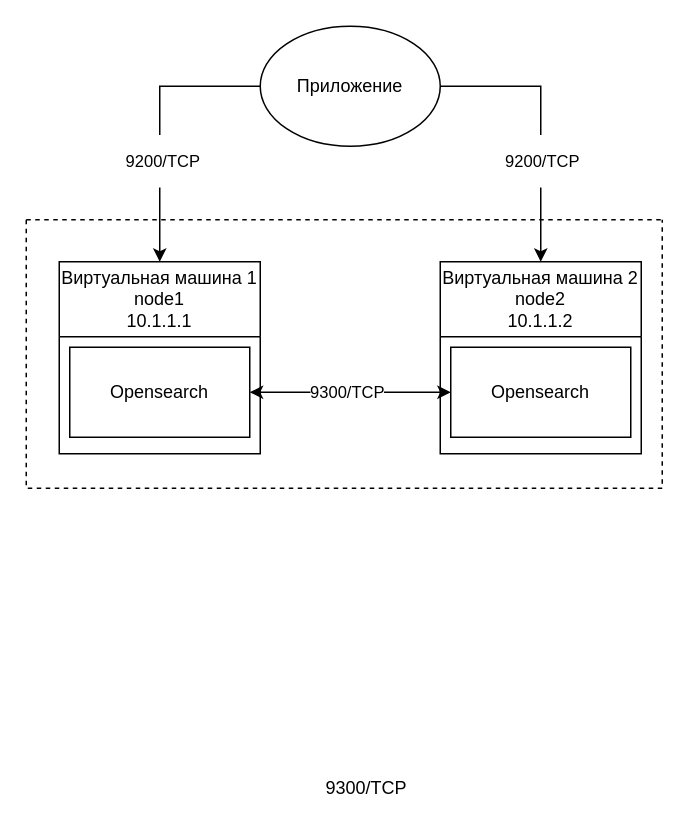
Before: Отказоустойчивая схема Opensearch.drawio in Grin5/drawIo, a draw.io diagram. Source tidied: cells renumbered, new cells numbered last; positions are measured from the earlier drawing's top-left corner, leaving out a move shared by most shapes. Both pictures are drawn from the tidied source at 150%, with x=0, y=0 at pixel (26, 26).
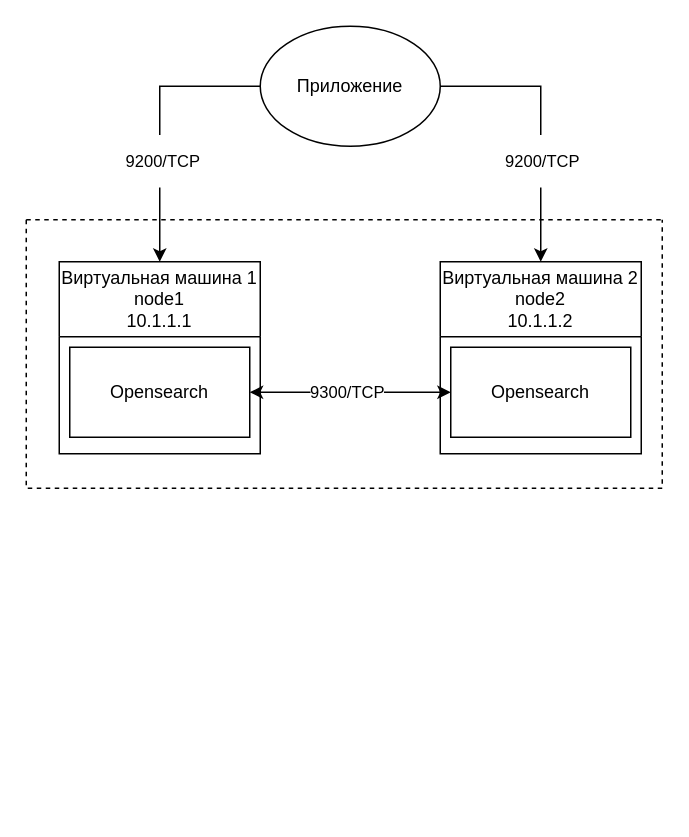
The same diagram, later.

The edit, as a diff of the source:
```diff
@@
 <mxGraphModel>
   <root>
     <mxCell id="0" />
     <mxCell id="1" parent="0" />
     <mxCell id="2" style="edgeStyle=orthogonalEdgeStyle;rounded=0;jettySize=auto;html=1;entryX=0.5;entryY=0;entryDx=0;entryDy=0;" parent="1" edge="1" source="6" target="9">
       <mxGeometry relative="1" as="geometry">
         <Array as="points">
           <mxPoint x="343" y="40" />
         </Array>
       </mxGeometry>
     </mxCell>
     <mxCell id="3" value="&lt;p&gt;9200/TCP&lt;/p&gt;" style="edgeLabel;html=1;align=center;verticalAlign=middle;" parent="2" vertex="1">
       <mxGeometry x="0.26" relative="1" as="geometry" />
     </mxCell>
     <mxCell id="4" style="edgeStyle=orthogonalEdgeStyle;rounded=0;jettySize=auto;html=1;entryX=0.5;entryY=0;entryDx=0;entryDy=0;" parent="1" edge="1" source="6" target="11">
       <mxGeometry relative="1" as="geometry">
         <Array as="points">
           <mxPoint x="89" y="40" />
         </Array>
       </mxGeometry>
     </mxCell>
     <mxCell id="5" value="&lt;p&gt;9200/TCP&lt;/p&gt;" style="edgeLabel;html=1;align=center;verticalAlign=middle;" parent="4" vertex="1">
       <mxGeometry x="0.26" y="1" relative="1" as="geometry" />
     </mxCell>
     <mxCell id="6" value="Приложение" style="ellipse;whiteSpace=wrap;html=1;fillColor=#FFFFFF;fontColor=#000000;" parent="1" vertex="1">
       <mxGeometry x="156" width="120" height="80" as="geometry" />
     </mxCell>
-    <mxCell id="7" value="9300/TCP" style="text;html=1;whiteSpace=wrap;strokeColor=none;fillColor=none;align=center;verticalAlign=middle;rounded=0;" parent="1" vertex="1">
-      <mxGeometry x="197" y="493" width="60" height="30" as="geometry" />
-    </mxCell>
     <mxCell id="8" style="swimlane;startSize=0;dashed=1;" parent="1" vertex="1">
       <mxGeometry y="129" width="424" height="179" as="geometry" />
     </mxCell>
     <mxCell id="9" value="&lt;div style=&quot;font-weight: 400;&quot;&gt;&lt;span style=&quot;background-color: transparent; color: light-dark(rgb(0, 0, 0), rgb(255, 255, 255));&quot;&gt;Виртуальная машина 2&lt;/span&gt;&lt;/div&gt;&lt;div style=&quot;font-weight: 400;&quot;&gt;node2&lt;/div&gt;&lt;div style=&quot;font-weight: 400;&quot;&gt;10.1.1.2&lt;/div&gt;" style="swimlane;whiteSpace=wrap;html=1;startSize=50;" parent="8" vertex="1">
       <mxGeometry x="276" y="28" width="134" height="128" as="geometry" />
     </mxCell>
     <mxCell id="10" value="Opensearch" style="rounded=0;whiteSpace=wrap;html=1;" parent="9" vertex="1">
       <mxGeometry x="7" y="57" width="120" height="60" as="geometry" />
     </mxCell>
     <mxCell id="11" value="&lt;div style=&quot;font-weight: 400;&quot;&gt;&lt;span style=&quot;background-color: transparent; color: light-dark(rgb(0, 0, 0), rgb(255, 255, 255));&quot;&gt;Виртуальная машина 1&lt;/span&gt;&lt;/div&gt;&lt;div style=&quot;font-weight: 400;&quot;&gt;node1&lt;/div&gt;&lt;div style=&quot;font-weight: 400;&quot;&gt;10.1.1.1&lt;/div&gt;" style="swimlane;whiteSpace=wrap;html=1;startSize=50;" parent="8" vertex="1">
       <mxGeometry x="22" y="28" width="134" height="128" as="geometry" />
     </mxCell>
     <mxCell id="12" value="Opensearch" style="rounded=0;whiteSpace=wrap;html=1;" parent="11" vertex="1">
       <mxGeometry x="7" y="57" width="120" height="60" as="geometry" />
     </mxCell>
     <mxCell id="13" style="edgeStyle=orthogonalEdgeStyle;rounded=0;jettySize=auto;html=1;entryX=1;entryY=0.5;entryDx=0;entryDy=0;startArrow=classic;startFill=1;" parent="8" edge="1" source="10" target="12">
       <mxGeometry relative="1" as="geometry" />
     </mxCell>
     <mxCell id="14" value="9300/TCP" style="edgeLabel;html=1;align=center;verticalAlign=middle;" parent="13" vertex="1">
       <mxGeometry x="0.05" y="-1" relative="1" as="geometry" />
     </mxCell>
   </root>
 </mxGraphModel>
```
